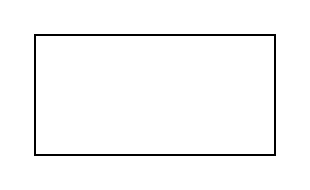
Earlier version of the draw.io diagram init.drawio (Harshal-Holkar/LLD). Source tidied: cells renumbered, new cells numbered last; positions are measured from the earlier drawing's top-left corner, leaving out a move shared by most shapes. Both pictures are drawn from the tidied source at 200%, with x=0, y=0 at pixel (34, 34).
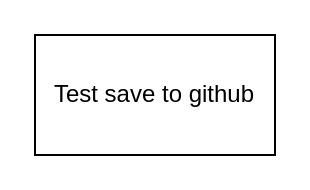
After the change.

Change to the diagram source:
```diff
@@
 <mxGraphModel>
   <root>
     <mxCell id="0" />
     <mxCell id="1" parent="0" />
-    <mxCell id="2" style="rounded=0;whiteSpace=wrap;html=1;" parent="1" vertex="1">
+    <mxCell id="2" value="Test save to github" style="rounded=0;whiteSpace=wrap;html=1;" parent="1" vertex="1">
       <mxGeometry width="120" height="60" as="geometry" />
     </mxCell>
   </root>
 </mxGraphModel>
```
